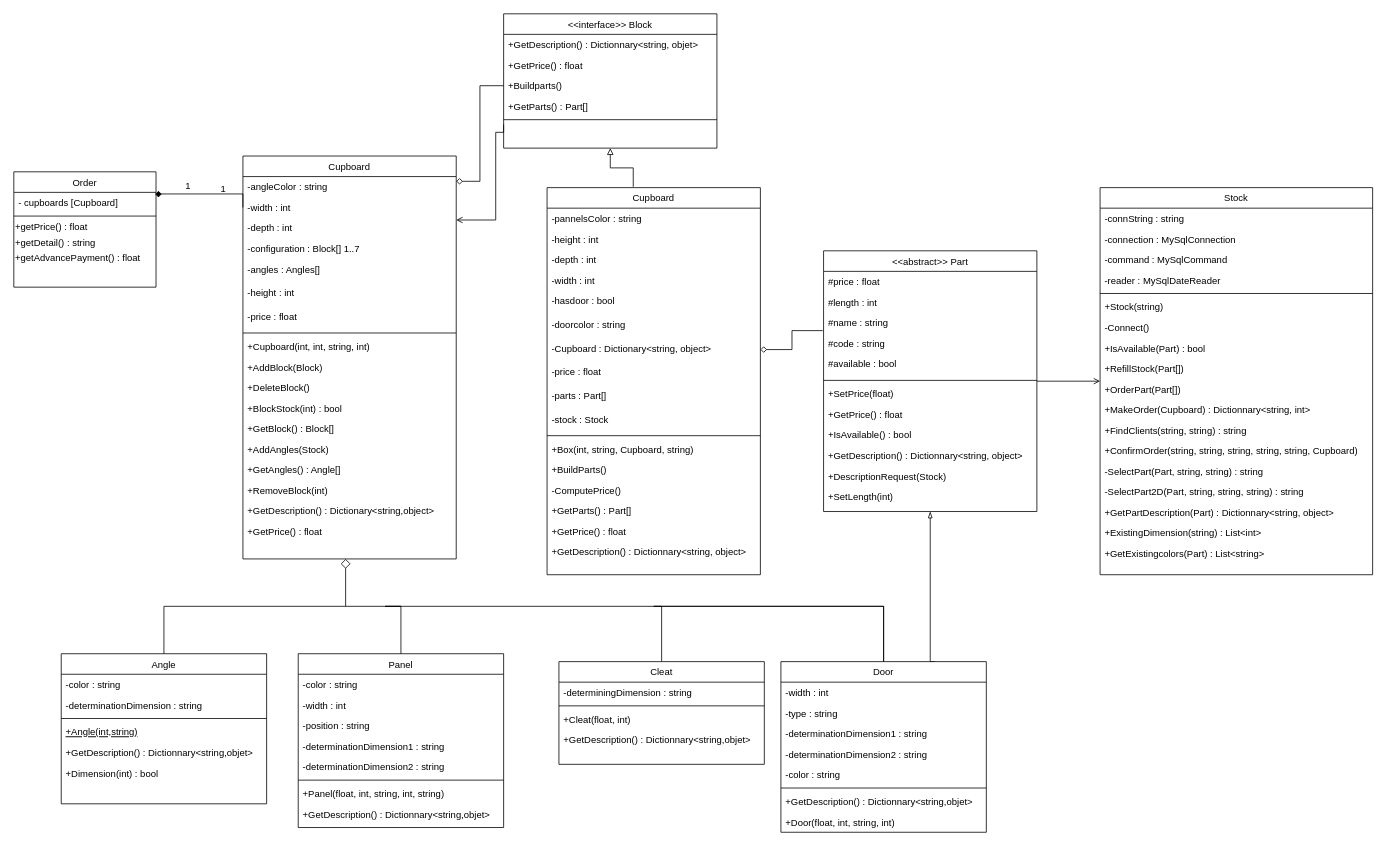
Earlier version of the draw.io diagram ClassDiagram.drawio (jeremytrips/KitBox). Source tidied: cells renumbered, new cells numbered last; positions are measured from the earlier drawing's top-left corner, leaving out a move shared by most shapes. Both pictures are drawn from the tidied source at 79%, with x=0, y=0 at pixel (13, 13).
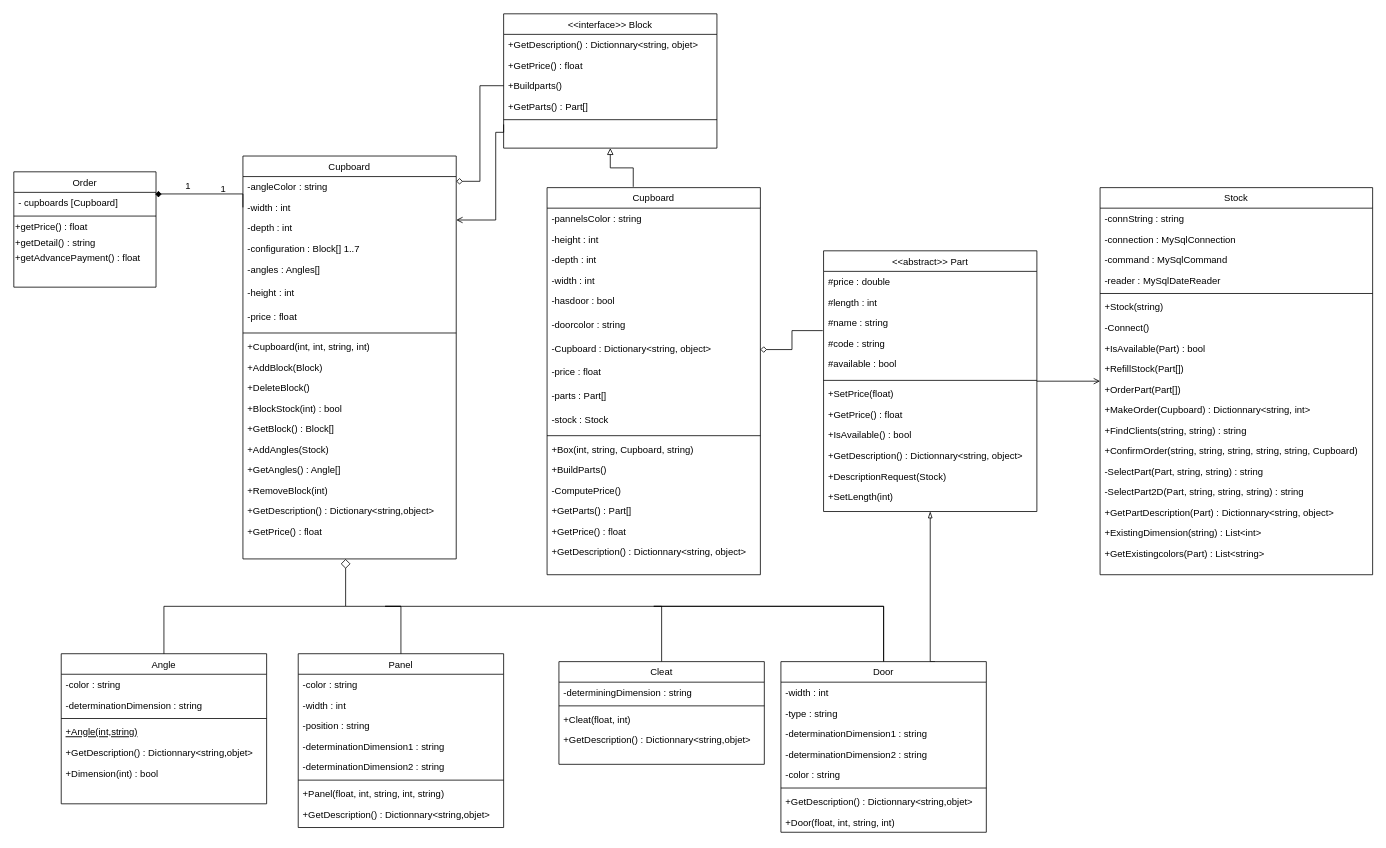
The same page after the edit.

The change refers to these unchanged cells:
```xml
<mxCell id="89" value="&lt;&lt;abstract&gt;&gt; Part" style="swimlane;fontStyle=0;align=center;verticalAlign=top;horizontal=1;startSize=26;rounded=0;shadow=0;strokeWidth=1;" parent="1" vertex="1">
  <mxGeometry x="1025" y="300" width="270" height="330" as="geometry" />
</mxCell>
```

What changed in the source:
```diff
@@
-    <mxCell id="90" value="#price : float" style="text;align=left;verticalAlign=top;spacingLeft=4;spacingRight=4;overflow=hidden;" parent="89" vertex="1">
+    <mxCell id="90" value="#price : double&#10;" style="text;align=left;verticalAlign=top;spacingLeft=4;spacingRight=4;overflow=hidden;" parent="89" vertex="1">
       <mxGeometry y="26" width="270" height="26" as="geometry" />
     </mxCell>
```
